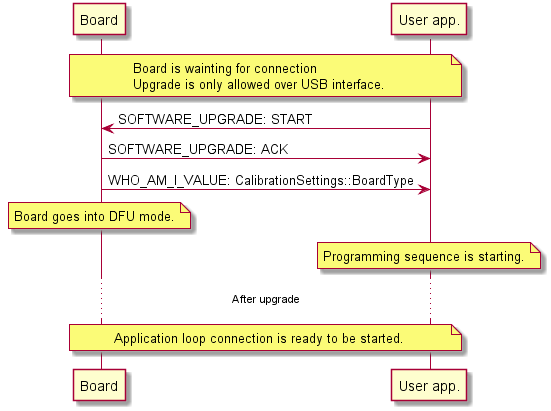
skydiveuas/skydive keeps this PlantUML diagram as doc/flow_sequences/upgrade_connection.png. Above is the earlier version.
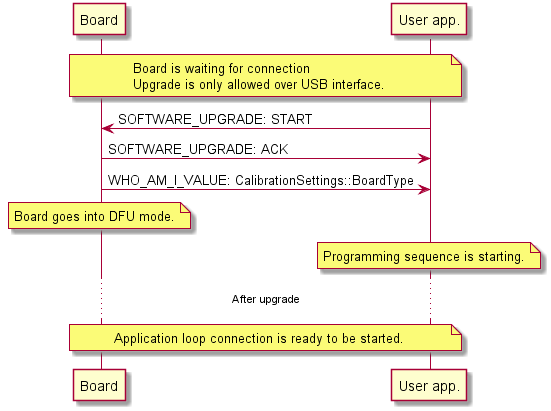
After the change.

What changed in the source:
```diff
@@ -1,5 +1,5 @@
 @startuml
-note over Board, "User app.": Board is wainting for connection\nUpgrade is only allowed over USB interface.
+note over Board, "User app.": Board is waiting for connection\nUpgrade is only allowed over USB interface.
 
 Board <- "User app.": SOFTWARE_UPGRADE: START
 Board -> "User app.": SOFTWARE_UPGRADE: ACK
```
